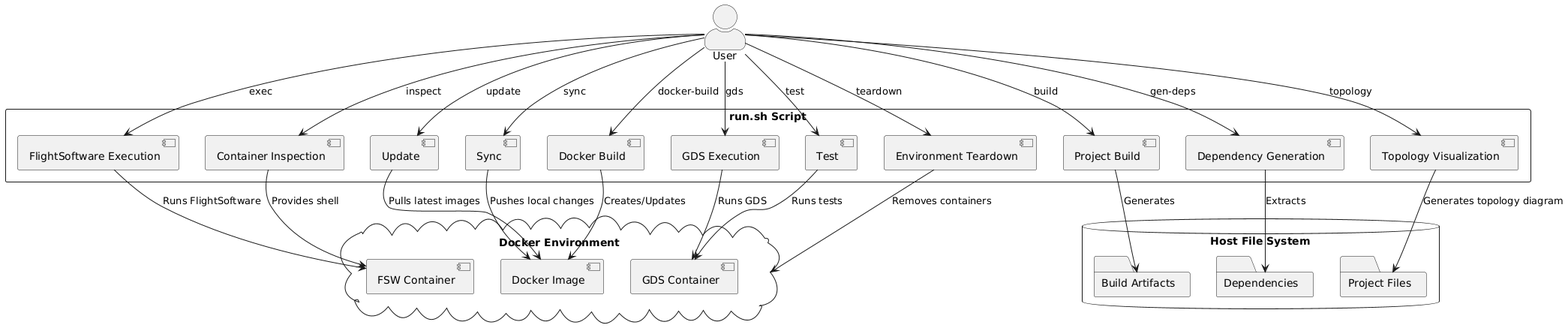
ReggieMarr/space-vehicle-system keeps this PlantUML diagram as .org_out/run.png. Above is the earlier version. The source it was exported from:
```plantuml
@startuml
skinparam actorStyle awesome
actor User

rectangle "run.sh Script" {
  [Docker Build]
  [Project Build]
  [Container Inspection]
  [FlightSoftware Execution]
  [GDS Execution]
  [Dependency Generation]
  [Environment Teardown]
  [Update]
  [Sync]
  [Test]
  [Topology Visualization]
}

cloud "Docker Environment" {
  [Docker Image]
  [FSW Container]
  [GDS Container]
}

database "Host File System" {
  folder "Project Files"
  folder "Build Artifacts"
  folder "Dependencies"
}

User --> [Docker Build] : docker-build
User --> [Project Build] : build
User --> [Container Inspection] : inspect
User --> [FlightSoftware Execution] : exec
User --> [GDS Execution] : gds
User --> [Dependency Generation] : gen-deps
User --> [Environment Teardown] : teardown
User --> [Update] : update
User --> [Sync] : sync
User --> [Test] : test
User --> [Topology Visualization] : topology

[Docker Build] --> [Docker Image] : Creates/Updates
[Project Build] --> [Build Artifacts] : Generates
[Container Inspection] --> [FSW Container] : Provides shell
[FlightSoftware Execution] --> [FSW Container] : Runs FlightSoftware
[GDS Execution] --> [GDS Container] : Runs GDS
[Dependency Generation] --> [Dependencies] : Extracts
[Environment Teardown] --> [Docker Environment] : Removes containers
[Update] --> [Docker Image] : Pulls latest images
[Sync] --> [Docker Image] : Pushes local changes
[Test] --> [GDS Container] : Runs tests
[Topology Visualization] --> [Project Files] : Generates topology diagram

@enduml
```
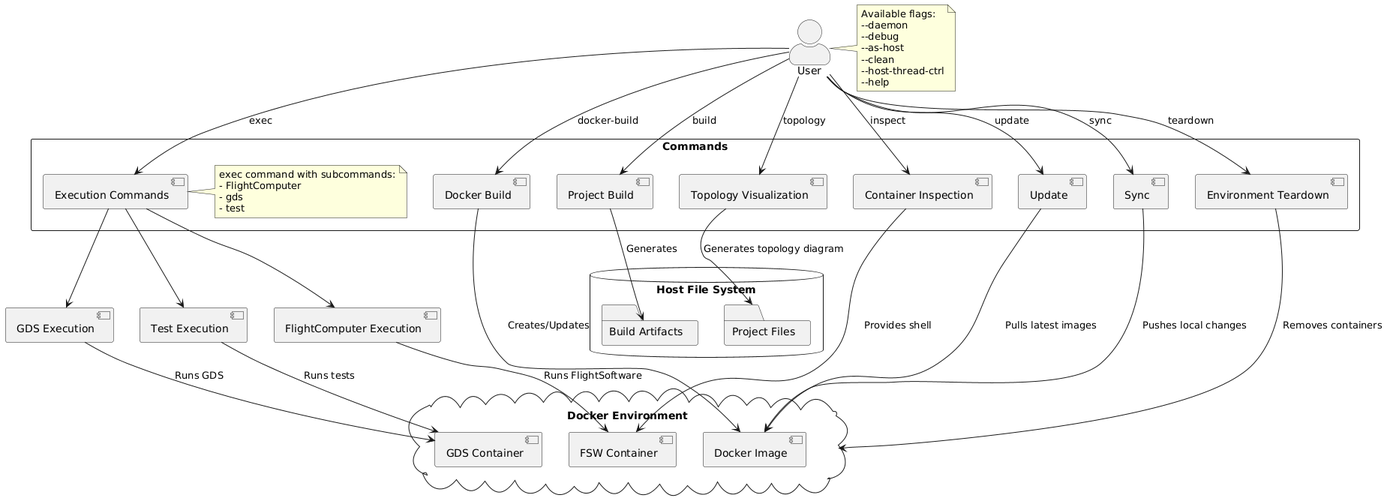
Above is the later version.

Diff of the diagram source:
```diff
@@ -1,55 +1,61 @@
 @startuml
 skinparam actorStyle awesome
 actor User
-
-rectangle "run.sh Script" {
+rectangle "Commands" {
   [Docker Build]
   [Project Build]
   [Container Inspection]
-  [FlightSoftware Execution]
-  [GDS Execution]
-  [Dependency Generation]
+  [Execution Commands]
+  note right of [Execution Commands]
+    exec command with subcommands:
+    - FlightComputer
+    - gds
+    - test
+  end note
   [Environment Teardown]
   [Update]
   [Sync]
-  [Test]
   [Topology Visualization]
 }
-
 cloud "Docker Environment" {
   [Docker Image]
   [FSW Container]
   [GDS Container]
 }
-
 database "Host File System" {
   folder "Project Files"
   folder "Build Artifacts"
-  folder "Dependencies"
 }
-
 User --> [Docker Build] : docker-build
 User --> [Project Build] : build
 User --> [Container Inspection] : inspect
-User --> [FlightSoftware Execution] : exec
-User --> [GDS Execution] : gds
-User --> [Dependency Generation] : gen-deps
+User --> [Execution Commands] : exec
+[Execution Commands] --> [FlightComputer Execution]
+[Execution Commands] --> [GDS Execution]
+[Execution Commands] --> [Test Execution]
 User --> [Environment Teardown] : teardown
 User --> [Update] : update
 User --> [Sync] : sync
-User --> [Test] : test
 User --> [Topology Visualization] : topology
 
 [Docker Build] --> [Docker Image] : Creates/Updates
 [Project Build] --> [Build Artifacts] : Generates
 [Container Inspection] --> [FSW Container] : Provides shell
-[FlightSoftware Execution] --> [FSW Container] : Runs FlightSoftware
+[FlightComputer Execution] --> [FSW Container] : Runs FlightSoftware
 [GDS Execution] --> [GDS Container] : Runs GDS
-[Dependency Generation] --> [Dependencies] : Extracts
+[Test Execution] --> [GDS Container] : Runs tests
 [Environment Teardown] --> [Docker Environment] : Removes containers
 [Update] --> [Docker Image] : Pulls latest images
 [Sync] --> [Docker Image] : Pushes local changes
-[Test] --> [GDS Container] : Runs tests
 [Topology Visualization] --> [Project Files] : Generates topology diagram
 
+note right of User
+  Available flags:
+  --daemon
+  --debug
+  --as-host
+  --clean
+  --host-thread-ctrl
+  --help
+end note
 @enduml
```
